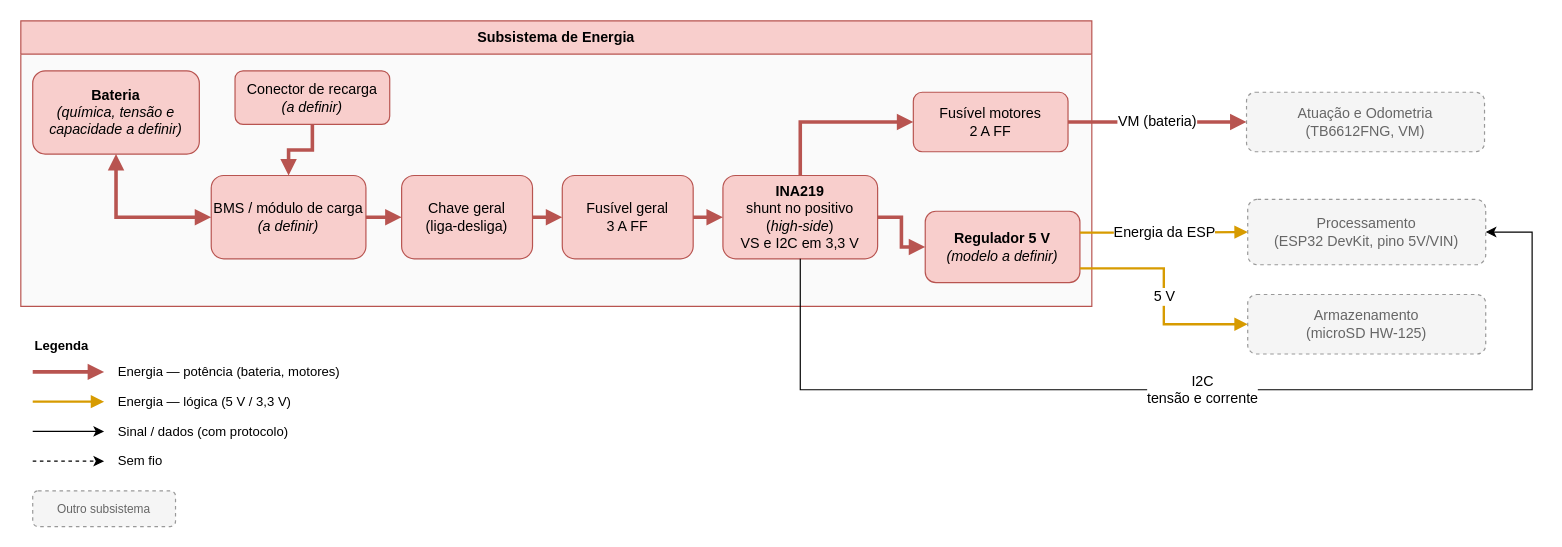
Above: page "Energia" (2 of 6) of hw/Placa de Integração/Diagrama de blocos/Diagrama de blocos.drawio in fcte-pi1/2026.2_PI1_Grupo2_Hilmer (draw.io), before the change. Source tidied: cells renumbered, new cells numbered last; positions are measured from the earlier drawing's top-left corner, leaving out a move shared by most shapes. Both pictures are drawn from the tidied source at 119%, with x=0, y=0 at pixel (20, 20).
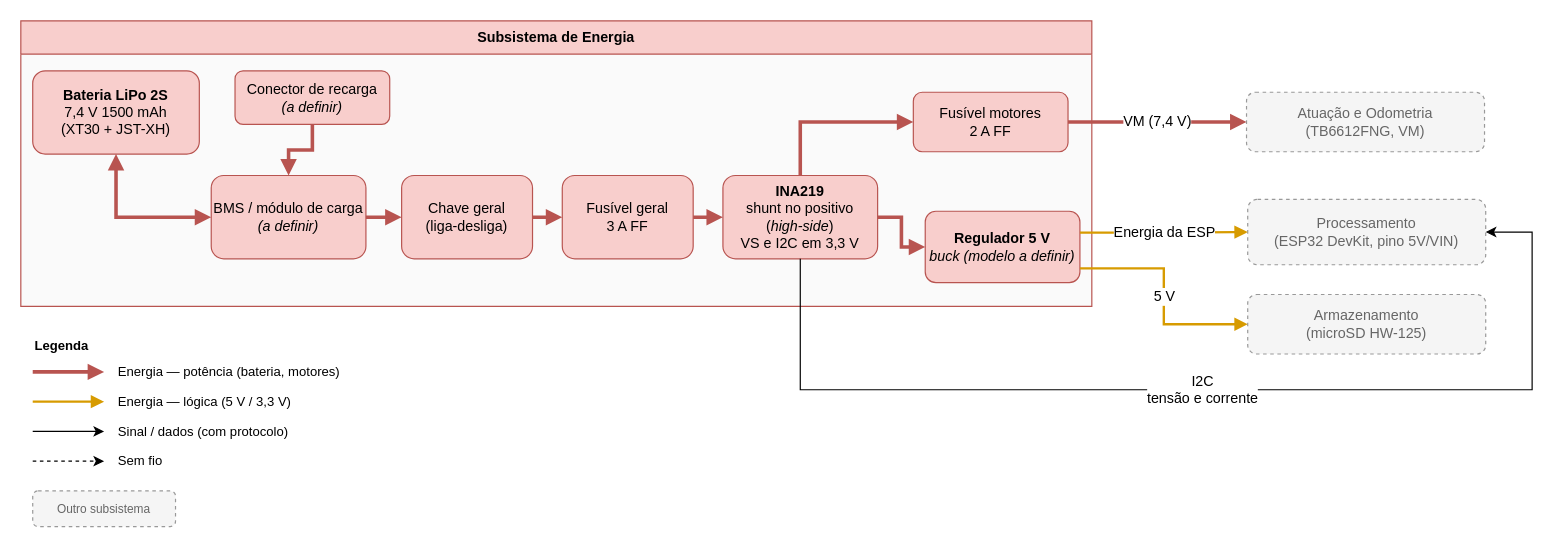
The same page after the edit.

Commit message (it also covers changes not shown here):
[Hardware] Define bateria LiPo 2S e regulador buck de 5 V no diagrama de blocos

Unchanged cells that the change refers to:
```xml
<mxCell id="2" value="Subsistema de Energia" style="swimlane;whiteSpace=wrap;html=1;startSize=28;fillColor=#f8cecc;strokeColor=#b85450;swimlaneFillColor=#FAFAFA;fontStyle=1;" parent="1" vertex="1">
  <mxGeometry width="900" height="240" as="geometry" />
</mxCell>
<mxCell id="9" value="Fusível motores&lt;br&gt;2 A FF" style="rounded=1;whiteSpace=wrap;html=1;fillColor=#f8cecc;strokeColor=#b85450;" parent="2" vertex="1">
  <mxGeometry x="750" y="60" width="130" height="50" as="geometry" />
</mxCell>
<mxCell id="12" value="Atuação e Odometria&lt;br&gt;(TB6612FNG, VM)" style="rounded=1;whiteSpace=wrap;html=1;fillColor=#f5f5f5;strokeColor=#999999;dashed=1;fontColor=#666666;" parent="1" vertex="1">
  <mxGeometry x="1030" y="60" width="200" height="50" as="geometry" />
</mxCell>
```

What changed in the source:
```diff
@@
-    <mxCell id="4" value="&lt;b&gt;Bateria&lt;/b&gt;&lt;br&gt;&lt;i&gt;(química, tensão e&lt;br&gt;capacidade a definir)&lt;/i&gt;" style="rounded=1;whiteSpace=wrap;html=1;fillColor=#f8cecc;strokeColor=#b85450;" parent="2" vertex="1">
+    <mxCell id="4" value="&lt;b&gt;Bateria LiPo 2S&lt;/b&gt;&lt;br&gt;7,4 V 1500 mAh&lt;br&gt;(XT30 + JST-XH)" style="rounded=1;whiteSpace=wrap;html=1;fillColor=#f8cecc;strokeColor=#b85450;" parent="2" vertex="1">
       <mxGeometry x="10" y="42" width="140" height="70" as="geometry" />
     </mxCell>
@@
-    <mxCell id="10" value="&lt;b&gt;Regulador 5 V&lt;/b&gt;&lt;br&gt;&lt;i&gt;(modelo a definir)&lt;/i&gt;" style="rounded=1;whiteSpace=wrap;html=1;fillColor=#f8cecc;strokeColor=#b85450;" parent="2" vertex="1">
+    <mxCell id="10" value="&lt;b&gt;Regulador 5 V&lt;/b&gt;&lt;br&gt;&lt;i&gt;buck (modelo a definir)&lt;/i&gt;" style="rounded=1;whiteSpace=wrap;html=1;fillColor=#f8cecc;strokeColor=#b85450;" parent="2" vertex="1">
       <mxGeometry x="760" y="160" width="130" height="60" as="geometry" />
     </mxCell>
@@
-    <mxCell id="21" value="&lt;font style=&quot;font-size: 12px;&quot;&gt;VM (bateria)&lt;/font&gt;" style="edgeStyle=orthogonalEdgeStyle;rounded=0;jettySize=auto;html=1;labelBackgroundColor=#FFFFFF;fontSize=10;strokeWidth=3;strokeColor=#B85450;endArrow=block;endFill=1;exitX=1;exitY=0.5;exitDx=0;exitDy=0;entryX=0;entryY=0.5;entryDx=0;entryDy=0;" parent="1" edge="1" source="9" target="12">
+    <mxCell id="21" value="&lt;font style=&quot;font-size: 12px;&quot;&gt;VM (7,4 V)&lt;/font&gt;" style="edgeStyle=orthogonalEdgeStyle;rounded=0;jettySize=auto;html=1;labelBackgroundColor=#FFFFFF;fontSize=10;strokeWidth=3;strokeColor=#B85450;endArrow=block;endFill=1;exitX=1;exitY=0.5;exitDx=0;exitDy=0;entryX=0;entryY=0.5;entryDx=0;entryDy=0;" parent="1" edge="1" source="9" target="12">
       <mxGeometry relative="1" as="geometry" />
     </mxCell>
```
